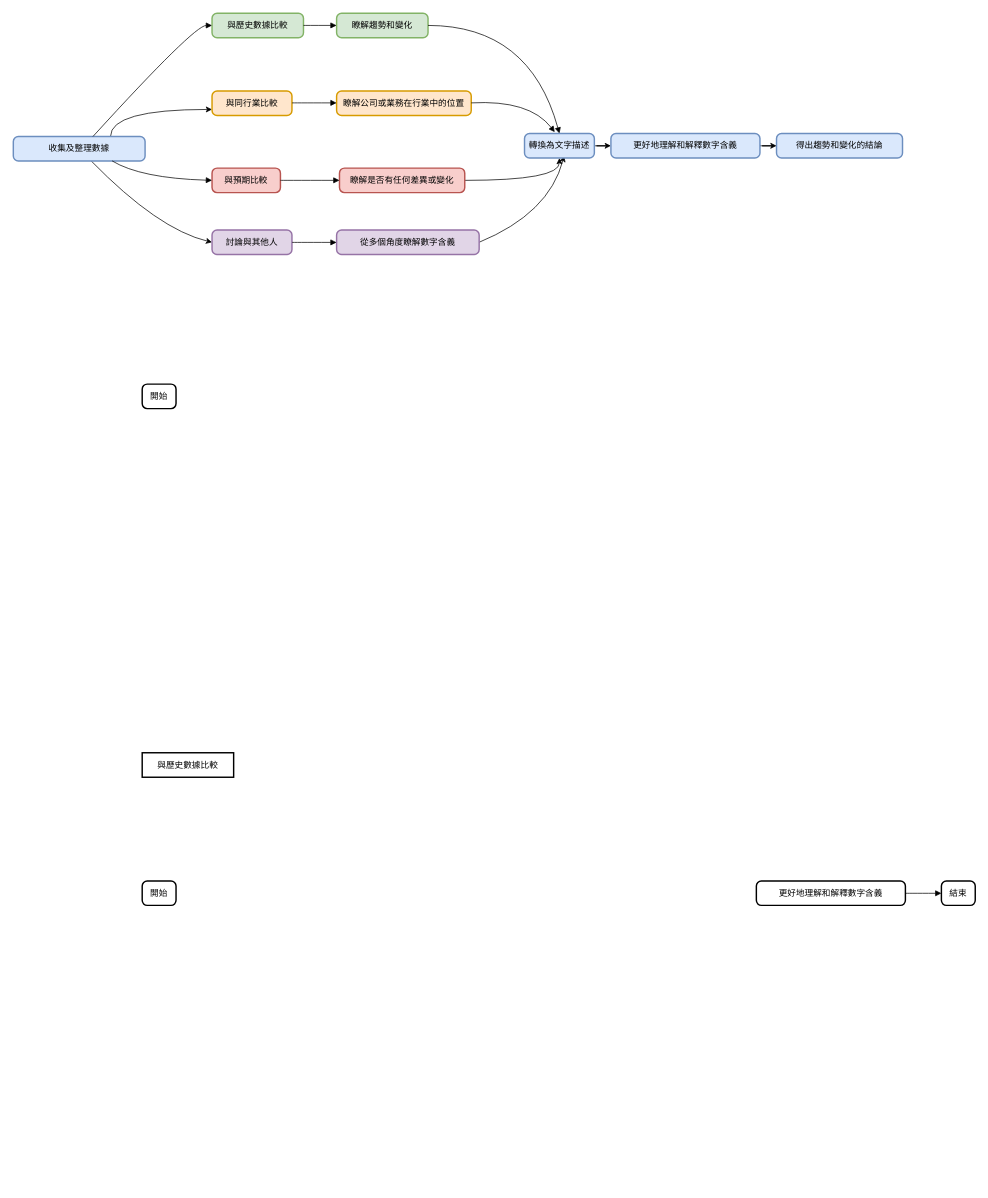
Before: 未命名绘图.drawio in imlucytang/picgo, a draw.io diagram. Source tidied: cells renumbered, new cells numbered last; positions are measured from the earlier drawing's top-left corner, leaving out a move shared by most shapes. Both pictures are drawn from the tidied source at 72%, with x=0, y=0 at pixel (13, 13).
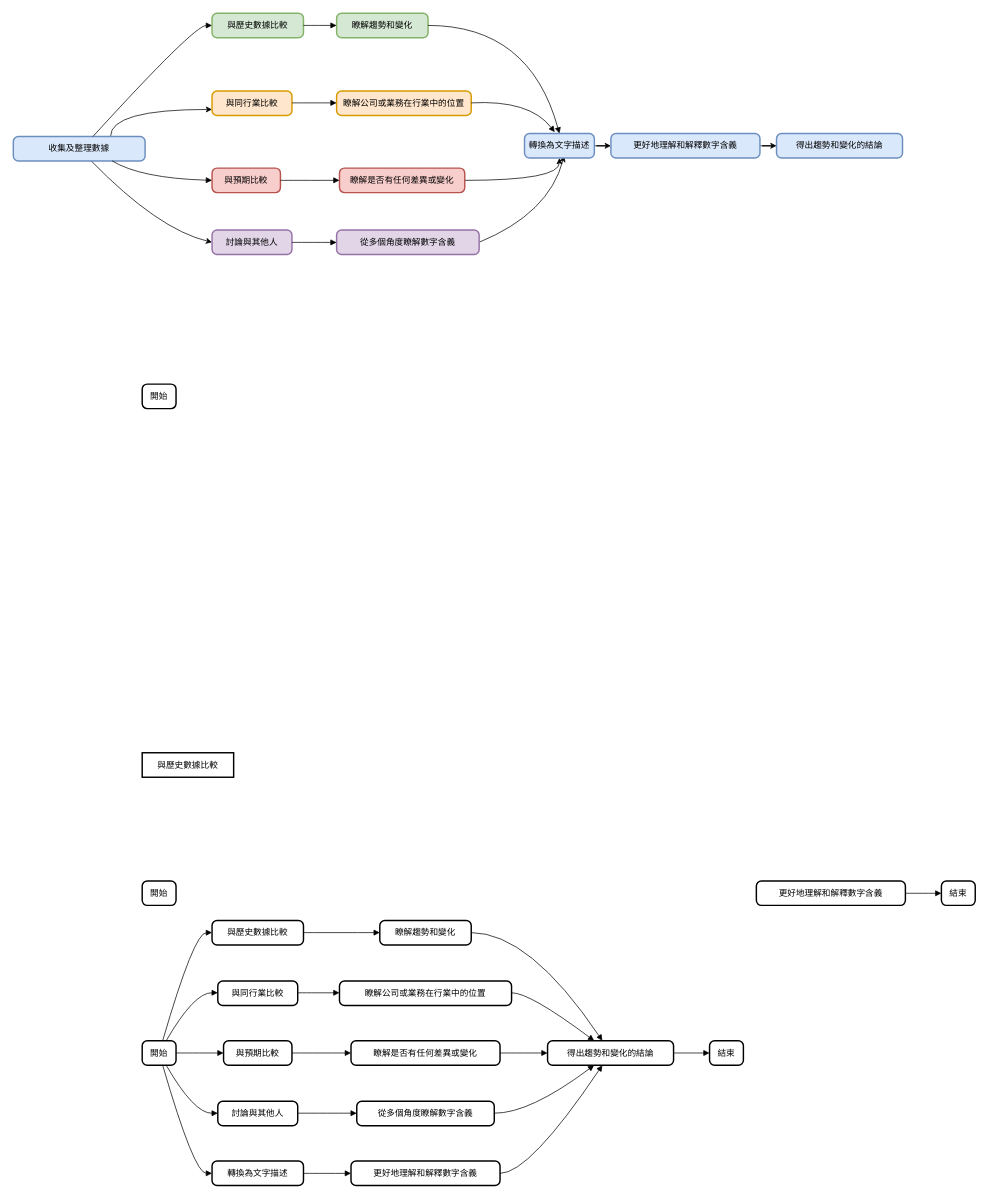
The same diagram, later.

Commit message:
更新未命名绘图.drawio

What changed in the source:
```diff
@@
+    <mxCell id="35" value="開始" style="rounded=1;absoluteArcSize=1;arcSize=14;whiteSpace=wrap;strokeWidth=2;" parent="1" vertex="1">
+      <mxGeometry x="179" y="1427" width="47" height="34" as="geometry" />
+    </mxCell>
+    <mxCell id="36" value="與歷史數據比較" style="rounded=1;absoluteArcSize=1;arcSize=14;whiteSpace=wrap;strokeWidth=2;" parent="1" vertex="1">
+      <mxGeometry x="276" y="1260" width="127" height="34" as="geometry" />
+    </mxCell>
+    <mxCell id="37" value="瞭解趨勢和變化" style="rounded=1;absoluteArcSize=1;arcSize=14;whiteSpace=wrap;strokeWidth=2;" parent="1" vertex="1">
+      <mxGeometry x="509" y="1260" width="127" height="34" as="geometry" />
+    </mxCell>
+    <mxCell id="38" value="得出趨勢和變化的結論" style="rounded=1;absoluteArcSize=1;arcSize=14;whiteSpace=wrap;strokeWidth=2;" parent="1" vertex="1">
+      <mxGeometry x="742" y="1427" width="175" height="34" as="geometry" />
+    </mxCell>
+    <mxCell id="39" value="與同行業比較" style="rounded=1;absoluteArcSize=1;arcSize=14;whiteSpace=wrap;strokeWidth=2;" parent="1" vertex="1">
+      <mxGeometry x="284" y="1344" width="111" height="34" as="geometry" />
+    </mxCell>
+    <mxCell id="40" value="瞭解公司或業務在行業中的位置" style="rounded=1;absoluteArcSize=1;arcSize=14;whiteSpace=wrap;strokeWidth=2;" parent="1" vertex="1">
+      <mxGeometry x="453" y="1344" width="239" height="34" as="geometry" />
+    </mxCell>
+    <mxCell id="41" value="與預期比較" style="rounded=1;absoluteArcSize=1;arcSize=14;whiteSpace=wrap;strokeWidth=2;" parent="1" vertex="1">
+      <mxGeometry x="292" y="1427" width="95" height="34" as="geometry" />
+    </mxCell>
+    <mxCell id="42" value="瞭解是否有任何差異或變化" style="rounded=1;absoluteArcSize=1;arcSize=14;whiteSpace=wrap;strokeWidth=2;" parent="1" vertex="1">
+      <mxGeometry x="469" y="1427" width="207" height="34" as="geometry" />
+    </mxCell>
+    <mxCell id="43" value="討論與其他人" style="rounded=1;absoluteArcSize=1;arcSize=14;whiteSpace=wrap;strokeWidth=2;" parent="1" vertex="1">
+      <mxGeometry x="284" y="1511" width="111" height="34" as="geometry" />
+    </mxCell>
+    <mxCell id="44" value="從多個角度瞭解數字含義" style="rounded=1;absoluteArcSize=1;arcSize=14;whiteSpace=wrap;strokeWidth=2;" parent="1" vertex="1">
+      <mxGeometry x="477" y="1511" width="191" height="34" as="geometry" />
+    </mxCell>
+    <mxCell id="45" value="轉換為文字描述" style="rounded=1;absoluteArcSize=1;arcSize=14;whiteSpace=wrap;strokeWidth=2;" parent="1" vertex="1">
+      <mxGeometry x="276" y="1594" width="127" height="34" as="geometry" />
+    </mxCell>
+    <mxCell id="46" value="更好地理解和解釋數字含義" style="rounded=1;absoluteArcSize=1;arcSize=14;whiteSpace=wrap;strokeWidth=2;" parent="1" vertex="1">
+      <mxGeometry x="469" y="1594" width="207" height="34" as="geometry" />
+    </mxCell>
+    <mxCell id="47" value="結束" style="rounded=1;absoluteArcSize=1;arcSize=14;whiteSpace=wrap;strokeWidth=2;" parent="1" vertex="1">
+      <mxGeometry x="967" y="1427" width="47" height="34" as="geometry" />
+    </mxCell>
+    <mxCell id="48" style="curved=1;startArrow=none;endArrow=block;exitX=0.6036736925830185;exitY=0.0055147058823529415;entryX=0;entryY=0.49402573529411764;rounded=0;" parent="1" edge="1" source="35" target="36">
+      <mxGeometry relative="1" as="geometry">
+        <Array as="points">
+          <mxPoint x="251" y="1277" />
+        </Array>
+      </mxGeometry>
+    </mxCell>
+    <mxCell id="49" style="curved=1;startArrow=none;endArrow=block;exitX=1;exitY=0.49402573529411764;entryX=0;entryY=0.49402573529411764;rounded=0;" parent="1" edge="1" source="36" target="37">
+      <mxGeometry relative="1" as="geometry" />
+    </mxCell>
+    <mxCell id="50" style="curved=1;startArrow=none;endArrow=block;exitX=1;exitY=0.49402573529411764;entryX=0.4354138851802405;entryY=0.0055147058823529415;rounded=0;" parent="1" edge="1" source="37" target="38">
+      <mxGeometry relative="1" as="geometry">
+        <Array as="points">
+          <mxPoint x="717" y="1277" />
+        </Array>
+      </mxGeometry>
+    </mxCell>
+    <mxCell id="51" style="curved=1;startArrow=none;endArrow=block;exitX=0.707347385166037;exitY=0.0055147058823529415;entryX=0;entryY=0.4820772058823529;rounded=0;" parent="1" edge="1" source="35" target="39">
+      <mxGeometry relative="1" as="geometry">
+        <Array as="points">
+          <mxPoint x="251" y="1360" />
+        </Array>
+      </mxGeometry>
+    </mxCell>
+    <mxCell id="52" style="curved=1;startArrow=none;endArrow=block;exitX=1;exitY=0.4820772058823529;entryX=0;entryY=0.4820772058823529;rounded=0;" parent="1" edge="1" source="39" target="40">
+      <mxGeometry relative="1" as="geometry" />
+    </mxCell>
+    <mxCell id="53" style="curved=1;startArrow=none;endArrow=block;exitX=1;exitY=0.4820772058823529;entryX=0.370827770360481;entryY=0.0055147058823529415;rounded=0;" parent="1" edge="1" source="40" target="38">
+      <mxGeometry relative="1" as="geometry">
+        <Array as="points">
+          <mxPoint x="717" y="1360" />
+        </Array>
+      </mxGeometry>
+    </mxCell>
+    <mxCell id="54" style="curved=1;startArrow=none;endArrow=block;exitX=1;exitY=0.49954044117647056;entryX=0;entryY=0.49954044117647056;rounded=0;" parent="1" edge="1" source="35" target="41">
+      <mxGeometry relative="1" as="geometry" />
+    </mxCell>
+    <mxCell id="55" style="curved=1;startArrow=none;endArrow=block;exitX=1;exitY=0.49954044117647056;entryX=0;entryY=0.49954044117647056;rounded=0;" parent="1" edge="1" source="41" target="42">
+      <mxGeometry relative="1" as="geometry" />
+    </mxCell>
+    <mxCell id="56" style="curved=1;startArrow=none;endArrow=block;exitX=1;exitY=0.49954044117647056;entryX=0;entryY=0.49954044117647056;rounded=0;" parent="1" edge="1" source="42" target="38">
+      <mxGeometry relative="1" as="geometry" />
+    </mxCell>
+    <mxCell id="57" style="curved=1;startArrow=none;endArrow=block;exitX=0.707347385166037;exitY=0.9935661764705882;entryX=0;entryY=0.4875919117647059;rounded=0;" parent="1" edge="1" source="35" target="43">
+      <mxGeometry relative="1" as="geometry">
+        <Array as="points">
+          <mxPoint x="251" y="1528" />
+        </Array>
+      </mxGeometry>
+    </mxCell>
+    <mxCell id="58" style="curved=1;startArrow=none;endArrow=block;exitX=1;exitY=0.4875919117647059;entryX=0;entryY=0.4875919117647059;rounded=0;" parent="1" edge="1" source="43" target="44">
+      <mxGeometry relative="1" as="geometry" />
+    </mxCell>
+    <mxCell id="59" style="curved=1;startArrow=none;endArrow=block;exitX=1;exitY=0.4875919117647059;entryX=0.370827770360481;entryY=0.9935661764705882;rounded=0;" parent="1" edge="1" source="44" target="38">
+      <mxGeometry relative="1" as="geometry">
+        <Array as="points">
+          <mxPoint x="717" y="1528" />
+        </Array>
+      </mxGeometry>
+    </mxCell>
+    <mxCell id="60" style="curved=1;startArrow=none;endArrow=block;exitX=0.6036736925830185;exitY=0.9935661764705882;entryX=0;entryY=0.5050551470588235;rounded=0;" parent="1" edge="1" source="35" target="45">
+      <mxGeometry relative="1" as="geometry">
+        <Array as="points">
+          <mxPoint x="251" y="1611" />
+        </Array>
+      </mxGeometry>
+    </mxCell>
+    <mxCell id="61" style="curved=1;startArrow=none;endArrow=block;exitX=1;exitY=0.5050551470588235;entryX=0;entryY=0.5050551470588235;rounded=0;" parent="1" edge="1" source="45" target="46">
+      <mxGeometry relative="1" as="geometry" />
+    </mxCell>
+    <mxCell id="62" style="curved=1;startArrow=none;endArrow=block;exitX=1;exitY=0.5050551470588235;entryX=0.4354138851802405;entryY=0.9935661764705882;rounded=0;" parent="1" edge="1" source="46" target="38">
+      <mxGeometry relative="1" as="geometry">
+        <Array as="points">
+          <mxPoint x="717" y="1611" />
+        </Array>
+      </mxGeometry>
+    </mxCell>
+    <mxCell id="63" style="curved=1;startArrow=none;endArrow=block;exitX=1;exitY=0.49954044117647056;entryX=0;entryY=0.49954044117647056;rounded=0;" parent="1" edge="1" source="38" target="47">
+      <mxGeometry relative="1" as="geometry" />
+    </mxCell>
```
